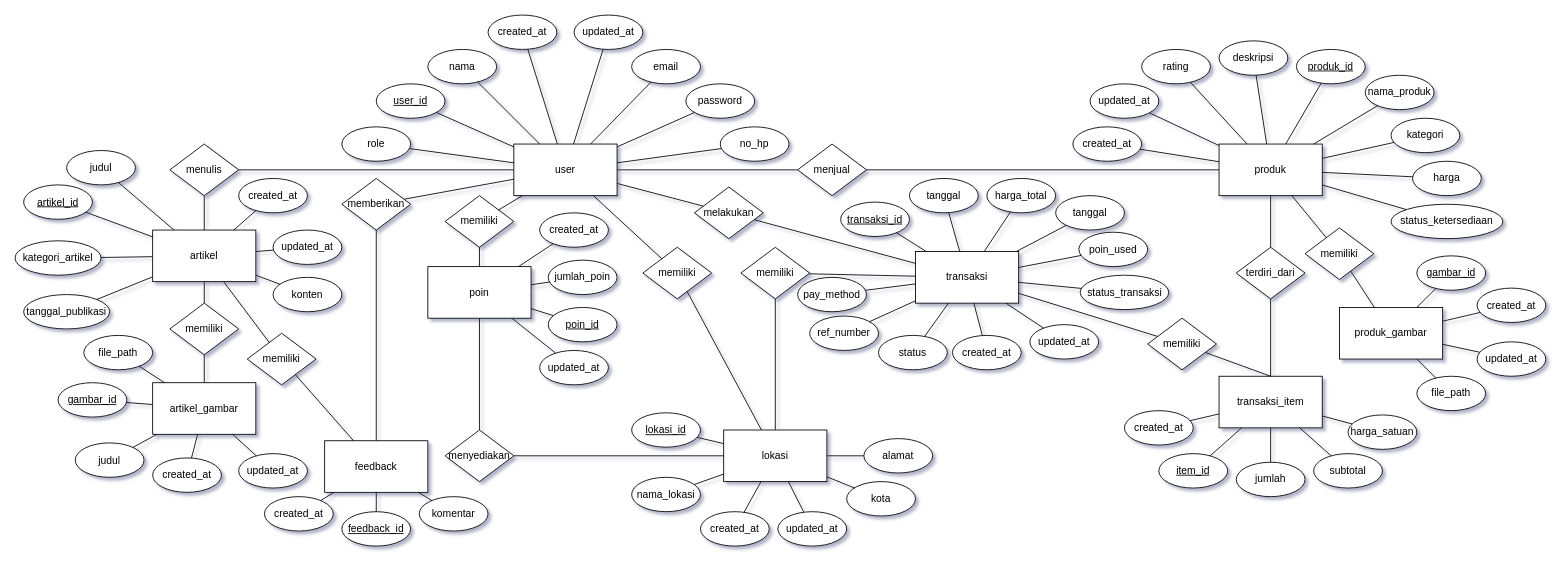
Before: docs/diagram/ERD ecozense.drawio in nossilleen/PBL-211, a draw.io diagram. Source tidied: cells renumbered, new cells numbered last; positions are measured from the earlier drawing's top-left corner, leaving out a move shared by most shapes. Both pictures are drawn from the tidied source at 86%, with x=0, y=0 at pixel (15, 15).
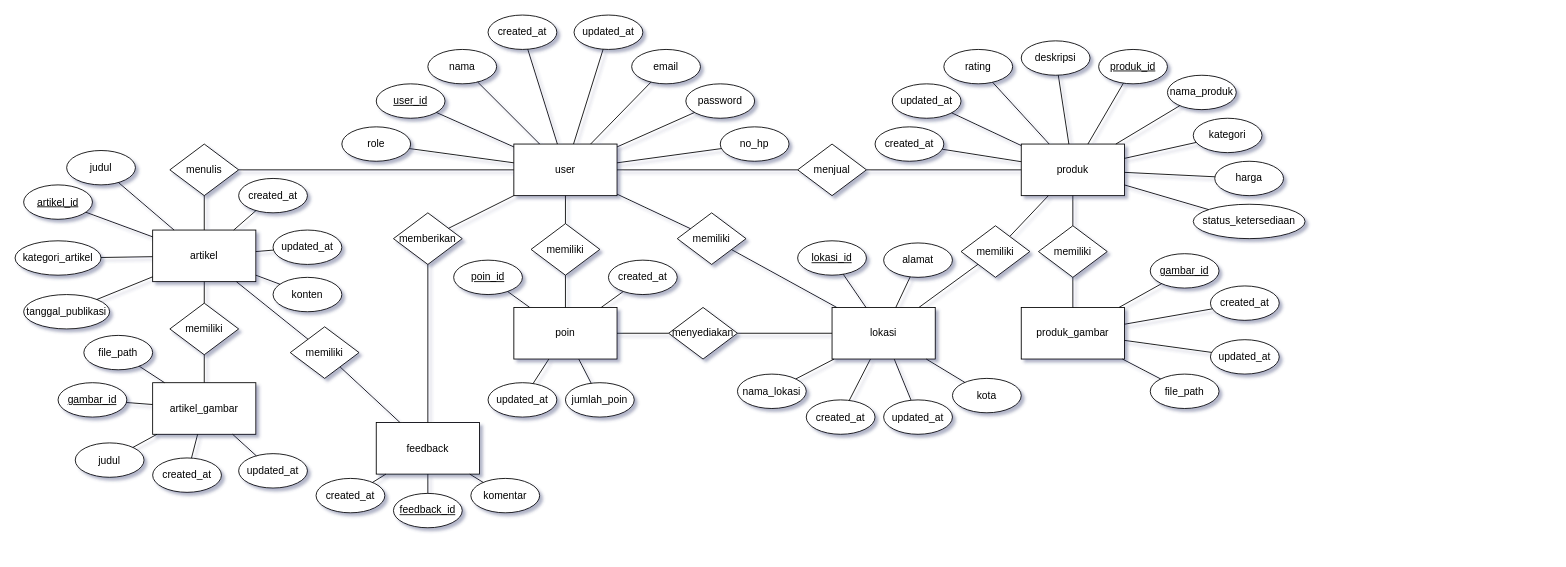
Above is the later version.

Commit message:
erd drawio rework

Unchanged cells that the change refers to:
```xml
<mxCell id="2" value="user" style="rounded=0;whiteSpace=wrap;html=1;" parent="1" vertex="1">
  <mxGeometry x="580" y="150" width="120" height="60" as="geometry" />
</mxCell>
```

What changed in the source:
```diff
@@
+    <mxCell id="176" style="edgeStyle=none;html=1;endArrow=none;endFill=0;" parent="1" edge="1" source="15" target="178">
+      <mxGeometry relative="1" as="geometry" />
+    </mxCell>
     <mxCell id="15" value="lokasi" style="rounded=0;whiteSpace=wrap;html=1;" parent="1" vertex="1">
-      <mxGeometry x="824" y="482.5" width="120" height="60" as="geometry" />
+      <mxGeometry x="950" y="340" width="120" height="60" as="geometry" />
     </mxCell>
     <mxCell id="16" value="lokasi_id" style="ellipse;whiteSpace=wrap;html=1;fontStyle=4;" parent="1" vertex="1">
-      <mxGeometry x="717" y="462.5" width="80" height="40" as="geometry" />
+      <mxGeometry x="910" y="262.5" width="80" height="40" as="geometry" />
     </mxCell>
     <mxCell id="17" value="nama_lokasi" style="ellipse;whiteSpace=wrap;html=1;" parent="1" vertex="1">
-      <mxGeometry x="717" y="537.5" width="80" height="40" as="geometry" />
+      <mxGeometry x="840" y="417.5" width="80" height="40" as="geometry" />
     </mxCell>
     <mxCell id="18" value="alamat" style="ellipse;whiteSpace=wrap;html=1;" parent="1" vertex="1">
-      <mxGeometry x="987" y="492.5" width="80" height="40" as="geometry" />
+      <mxGeometry x="1010" y="265" width="80" height="40" as="geometry" />
     </mxCell>
     <mxCell id="19" value="kota" style="ellipse;whiteSpace=wrap;html=1;" parent="1" vertex="1">
-      <mxGeometry x="967" y="542.5" width="80" height="40" as="geometry" />
+      <mxGeometry x="1090" y="422.5" width="80" height="40" as="geometry" />
     </mxCell>
@@
     <mxCell id="24" value="memiliki" style="rhombus;whiteSpace=wrap;html=1;" parent="1" vertex="1">
-      <mxGeometry x="730" y="270" width="80" height="60" as="geometry" />
+      <mxGeometry x="770" y="230" width="80" height="60" as="geometry" />
     </mxCell>
@@
     <mxCell id="27" value="produk" style="rounded=0;whiteSpace=wrap;html=1;" parent="1" vertex="1">
-      <mxGeometry x="1400" y="150" width="120" height="60" as="geometry" />
+      <mxGeometry x="1170" y="150" width="120" height="60" as="geometry" />
     </mxCell>
     <mxCell id="28" value="produk_id" style="ellipse;whiteSpace=wrap;html=1;fontStyle=4;" parent="1" vertex="1">
-      <mxGeometry x="1490" y="40" width="80" height="40" as="geometry" />
+      <mxGeometry x="1260" y="40" width="80" height="40" as="geometry" />
     </mxCell>
     <mxCell id="29" value="nama_produk" style="ellipse;whiteSpace=wrap;html=1;" parent="1" vertex="1">
-      <mxGeometry x="1570" y="70" width="80" height="40" as="geometry" />
+      <mxGeometry x="1340" y="70" width="80" height="40" as="geometry" />
     </mxCell>
     <mxCell id="30" value="kategori" style="ellipse;whiteSpace=wrap;html=1;" parent="1" vertex="1">
-      <mxGeometry x="1600" y="120" width="80" height="40" as="geometry" />
+      <mxGeometry x="1370" y="120" width="80" height="40" as="geometry" />
     </mxCell>
     <mxCell id="31" value="harga" style="ellipse;whiteSpace=wrap;html=1;" parent="1" vertex="1">
-      <mxGeometry x="1625" y="170" width="80" height="40" as="geometry" />
+      <mxGeometry x="1395" y="170" width="80" height="40" as="geometry" />
     </mxCell>
     <mxCell id="32" value="status_ketersediaan" style="ellipse;whiteSpace=wrap;html=1;" parent="1" vertex="1">
-      <mxGeometry x="1600" y="220" width="130" height="40" as="geometry" />
+      <mxGeometry x="1370" y="220" width="130" height="40" as="geometry" />
     </mxCell>
@@
-    <mxCell id="41" value="transaksi" style="rounded=0;whiteSpace=wrap;html=1;" parent="1" vertex="1">
-      <mxGeometry x="1047" y="275" width="120" height="60" as="geometry" />
-    </mxCell>
-    <mxCell id="42" value="transaksi_id" style="ellipse;whiteSpace=wrap;html=1;fontStyle=4;" parent="1" vertex="1">
-      <mxGeometry x="960" y="217.5" width="80" height="40" as="geometry" />
-    </mxCell>
-    <mxCell id="43" value="tanggal" style="ellipse;whiteSpace=wrap;html=1;" parent="1" vertex="1">
-      <mxGeometry x="1210" y="210" width="80" height="40" as="geometry" />
-    </mxCell>
-    <mxCell id="44" value="poin_used" style="ellipse;whiteSpace=wrap;html=1;" parent="1" vertex="1">
-      <mxGeometry x="1237" y="252.5" width="80" height="40" as="geometry" />
-    </mxCell>
-    <mxCell id="45" value="status_transaksi" style="ellipse;whiteSpace=wrap;html=1;" parent="1" vertex="1">
-      <mxGeometry x="1238.5" y="302.5" width="103" height="40" as="geometry" />
-    </mxCell>
-    <mxCell id="46" style="endArrow=none;html=1;" parent="1" edge="1" source="41" target="42">
-      <mxGeometry relative="1" as="geometry" />
-    </mxCell>
-    <mxCell id="47" style="endArrow=none;html=1;" parent="1" edge="1" source="41" target="43">
-      <mxGeometry relative="1" as="geometry" />
-    </mxCell>
-    <mxCell id="48" style="endArrow=none;html=1;" parent="1" edge="1" source="41" target="44">
-      <mxGeometry relative="1" as="geometry" />
-    </mxCell>
-    <mxCell id="49" style="endArrow=none;html=1;" parent="1" edge="1" source="41" target="45">
-      <mxGeometry relative="1" as="geometry" />
-    </mxCell>
-    <mxCell id="50" value="melakukan" style="rhombus;whiteSpace=wrap;html=1;" parent="1" vertex="1">
-      <mxGeometry x="790" y="200" width="80" height="60" as="geometry" />
-    </mxCell>
-    <mxCell id="51" style="endArrow=none;html=1;" parent="1" edge="1" source="2" target="50">
-      <mxGeometry relative="1" as="geometry" />
-    </mxCell>
-    <mxCell id="52" style="endArrow=none;html=1;" parent="1" edge="1" source="50" target="41">
-      <mxGeometry relative="1" as="geometry" />
-    </mxCell>
-    <mxCell id="53" value="transaksi_item" style="rounded=0;whiteSpace=wrap;html=1;" parent="1" vertex="1">
-      <mxGeometry x="1400" y="420" width="120" height="60" as="geometry" />
-    </mxCell>
-    <mxCell id="54" value="item_id" style="ellipse;whiteSpace=wrap;html=1;fontStyle=4;" parent="1" vertex="1">
-      <mxGeometry x="1330" y="510" width="80" height="40" as="geometry" />
-    </mxCell>
-    <mxCell id="55" value="jumlah" style="ellipse;whiteSpace=wrap;html=1;" parent="1" vertex="1">
-      <mxGeometry x="1420" y="520" width="80" height="40" as="geometry" />
-    </mxCell>
-    <mxCell id="56" value="subtotal" style="ellipse;whiteSpace=wrap;html=1;" parent="1" vertex="1">
-      <mxGeometry x="1510" y="510" width="80" height="40" as="geometry" />
-    </mxCell>
-    <mxCell id="57" style="endArrow=none;html=1;" parent="1" edge="1" source="53" target="54">
-      <mxGeometry relative="1" as="geometry" />
-    </mxCell>
-    <mxCell id="58" style="endArrow=none;html=1;" parent="1" edge="1" source="53" target="55">
-      <mxGeometry relative="1" as="geometry" />
-    </mxCell>
-    <mxCell id="59" style="endArrow=none;html=1;" parent="1" edge="1" source="53" target="56">
-      <mxGeometry relative="1" as="geometry" />
-    </mxCell>
-    <mxCell id="60" style="edgeStyle=none;html=1;entryX=0.5;entryY=0;entryDx=0;entryDy=0;endArrow=none;endFill=0;" parent="1" edge="1" source="61" target="53">
-      <mxGeometry relative="1" as="geometry" />
-    </mxCell>
-    <mxCell id="61" value="memiliki" style="rhombus;whiteSpace=wrap;html=1;" parent="1" vertex="1">
-      <mxGeometry x="1317" y="352.5" width="80" height="60" as="geometry" />
-    </mxCell>
-    <mxCell id="62" style="endArrow=none;html=1;" parent="1" edge="1" source="41" target="61">
-      <mxGeometry relative="1" as="geometry" />
-    </mxCell>
-    <mxCell id="63" style="endArrow=none;html=1;" parent="1" edge="1" target="53">
-      <mxGeometry relative="1" as="geometry">
-        <mxPoint x="1460" y="420" as="sourcePoint" />
-      </mxGeometry>
-    </mxCell>
-    <mxCell id="64" value="terdiri_dari" style="rhombus;whiteSpace=wrap;html=1;" parent="1" vertex="1">
-      <mxGeometry x="1420" y="270" width="80" height="60" as="geometry" />
-    </mxCell>
-    <mxCell id="65" style="endArrow=none;html=1;" parent="1" edge="1" source="27" target="64">
-      <mxGeometry relative="1" as="geometry" />
-    </mxCell>
-    <mxCell id="66" style="endArrow=none;html=1;" parent="1" edge="1" source="64" target="53">
-      <mxGeometry relative="1" as="geometry" />
-    </mxCell>
@@
     <mxCell id="81" value="feedback" style="rounded=0;whiteSpace=wrap;html=1;" parent="1" vertex="1">
-      <mxGeometry x="360" y="495" width="120" height="60" as="geometry" />
+      <mxGeometry x="420" y="473.8" width="120" height="60" as="geometry" />
     </mxCell>
     <mxCell id="82" value="feedback_id" style="ellipse;whiteSpace=wrap;html=1;fontStyle=4;" parent="1" vertex="1">
-      <mxGeometry x="380" y="577.5" width="80" height="40" as="geometry" />
+      <mxGeometry x="440" y="556.2" width="80" height="40" as="geometry" />
     </mxCell>
     <mxCell id="83" value="komentar" style="ellipse;whiteSpace=wrap;html=1;" parent="1" vertex="1">
-      <mxGeometry x="470" y="560" width="80" height="40" as="geometry" />
+      <mxGeometry x="530" y="538.8" width="80" height="40" as="geometry" />
     </mxCell>
     <mxCell id="84" value="created_at" style="ellipse;whiteSpace=wrap;html=1;" parent="1" vertex="1">
-      <mxGeometry x="290" y="560" width="80" height="40" as="geometry" />
+      <mxGeometry x="350" y="538.8" width="80" height="40" as="geometry" />
     </mxCell>
@@
     <mxCell id="88" value="memberikan" style="rhombus;whiteSpace=wrap;html=1;" parent="1" vertex="1">
-      <mxGeometry x="380" y="190" width="80" height="60" as="geometry" />
+      <mxGeometry x="440" y="230" width="80" height="60" as="geometry" />
     </mxCell>
@@
     <mxCell id="91" value="memiliki" style="rhombus;whiteSpace=wrap;html=1;" parent="1" vertex="1">
-      <mxGeometry x="270" y="370" width="80" height="60" as="geometry" />
+      <mxGeometry x="320" y="362.5" width="80" height="60" as="geometry" />
     </mxCell>
@@
     <mxCell id="94" value="poin" style="rounded=0;whiteSpace=wrap;html=1;" parent="1" vertex="1">
-      <mxGeometry x="480" y="292.5" width="120" height="60" as="geometry" />
+      <mxGeometry x="580" y="340" width="120" height="60" as="geometry" />
     </mxCell>
     <mxCell id="95" value="poin_id" style="ellipse;whiteSpace=wrap;html=1;fontStyle=4;" parent="1" vertex="1">
-      <mxGeometry x="620" y="340" width="80" height="40" as="geometry" />
+      <mxGeometry x="510" y="285" width="80" height="40" as="geometry" />
     </mxCell>
     <mxCell id="96" value="jumlah_poin" style="ellipse;whiteSpace=wrap;html=1;" parent="1" vertex="1">
-      <mxGeometry x="620" y="285" width="80" height="40" as="geometry" />
+      <mxGeometry x="640" y="427.5" width="80" height="40" as="geometry" />
     </mxCell>
@@
     <mxCell id="99" value="memiliki" style="rhombus;whiteSpace=wrap;html=1;" parent="1" vertex="1">
-      <mxGeometry x="500" y="210" width="80" height="60" as="geometry" />
+      <mxGeometry x="600" y="242.5" width="80" height="60" as="geometry" />
     </mxCell>
@@
     <mxCell id="102" value="menyediakan" style="rhombus;whiteSpace=wrap;html=1;" parent="1" vertex="1">
-      <mxGeometry x="500" y="482.5" width="80" height="60" as="geometry" />
+      <mxGeometry x="760" y="340" width="80" height="60" as="geometry" />
     </mxCell>
@@
     <mxCell id="115" value="produk_gambar" style="rounded=0;whiteSpace=wrap;html=1;" parent="1" vertex="1">
-      <mxGeometry x="1540" y="340" width="120" height="60" as="geometry" />
+      <mxGeometry x="1170" y="340" width="120" height="60" as="geometry" />
     </mxCell>
     <mxCell id="116" value="gambar_id" style="ellipse;whiteSpace=wrap;html=1;fontStyle=4;" parent="1" vertex="1">
-      <mxGeometry x="1630" y="280" width="80" height="40" as="geometry" />
+      <mxGeometry x="1320" y="277.5" width="80" height="40" as="geometry" />
     </mxCell>
     <mxCell id="117" value="file_path" style="ellipse;whiteSpace=wrap;html=1;" parent="1" vertex="1">
-      <mxGeometry x="1630" y="420" width="80" height="40" as="geometry" />
+      <mxGeometry x="1320" y="417.5" width="80" height="40" as="geometry" />
     </mxCell>
@@
     <mxCell id="120" value="memiliki" style="rhombus;whiteSpace=wrap;html=1;" parent="1" vertex="1">
-      <mxGeometry x="1500" y="247.5" width="80" height="60" as="geometry" />
+      <mxGeometry x="1190" y="245" width="80" height="60" as="geometry" />
     </mxCell>
@@
     <mxCell id="131" value="created_at" style="ellipse;whiteSpace=wrap;html=1;" parent="1" vertex="1">
-      <mxGeometry x="797" y="577.5" width="80" height="40" as="geometry" />
+      <mxGeometry x="920" y="447.5" width="80" height="40" as="geometry" />
     </mxCell>
@@
     <mxCell id="133" value="updated_at" style="ellipse;whiteSpace=wrap;html=1;" parent="1" vertex="1">
-      <mxGeometry x="887" y="577.5" width="80" height="40" as="geometry" />
+      <mxGeometry x="1010" y="447.5" width="80" height="40" as="geometry" />
     </mxCell>
@@
     <mxCell id="139" value="created_at" style="ellipse;whiteSpace=wrap;html=1;" parent="1" vertex="1">
-      <mxGeometry x="1230" y="130" width="80" height="40" as="geometry" />
+      <mxGeometry x="1000" y="130" width="80" height="40" as="geometry" />
     </mxCell>
@@
     <mxCell id="141" value="updated_at" style="ellipse;whiteSpace=wrap;html=1;" parent="1" vertex="1">
-      <mxGeometry x="1250" y="80" width="80" height="40" as="geometry" />
+      <mxGeometry x="1020" y="80" width="80" height="40" as="geometry" />
     </mxCell>
@@
     <mxCell id="143" value="rating" style="ellipse;whiteSpace=wrap;html=1;" parent="1" vertex="1">
-      <mxGeometry x="1310" y="40" width="80" height="40" as="geometry" />
+      <mxGeometry x="1080" y="40" width="80" height="40" as="geometry" />
     </mxCell>
@@
     <mxCell id="145" value="deskripsi" style="ellipse;whiteSpace=wrap;html=1;" parent="1" vertex="1">
-      <mxGeometry x="1400" y="30" width="80" height="40" as="geometry" />
+      <mxGeometry x="1170" y="30" width="80" height="40" as="geometry" />
     </mxCell>
@@
     <mxCell id="147" value="created_at" style="ellipse;whiteSpace=wrap;html=1;" parent="1" vertex="1">
-      <mxGeometry x="1700" y="317.5" width="80" height="40" as="geometry" />
+      <mxGeometry x="1390" y="315" width="80" height="40" as="geometry" />
     </mxCell>
@@
     <mxCell id="149" value="updated_at" style="ellipse;whiteSpace=wrap;html=1;" parent="1" vertex="1">
-      <mxGeometry x="1700" y="380" width="80" height="40" as="geometry" />
+      <mxGeometry x="1390" y="377.5" width="80" height="40" as="geometry" />
     </mxCell>
@@
-    <mxCell id="151" style="edgeStyle=none;html=1;endArrow=none;endFill=0;" parent="1" edge="1" source="153" target="41">
-      <mxGeometry relative="1" as="geometry" />
-    </mxCell>
-    <mxCell id="152" style="edgeStyle=none;html=1;endArrow=none;endFill=0;" parent="1" edge="1" source="153" target="15">
-      <mxGeometry relative="1" as="geometry" />
-    </mxCell>
-    <mxCell id="153" value="memiliki" style="rhombus;whiteSpace=wrap;html=1;" parent="1" vertex="1">
-      <mxGeometry x="844" y="270" width="80" height="60" as="geometry" />
-    </mxCell>
-    <mxCell id="154" value="harga_total" style="ellipse;whiteSpace=wrap;html=1;" parent="1" vertex="1">
-      <mxGeometry x="1130" y="190" width="80" height="40" as="geometry" />
-    </mxCell>
-    <mxCell id="155" style="endArrow=none;html=1;" parent="1" edge="1" source="41" target="154">
-      <mxGeometry relative="1" as="geometry" />
-    </mxCell>
-    <mxCell id="156" value="tanggal" style="ellipse;whiteSpace=wrap;html=1;" parent="1" vertex="1">
-      <mxGeometry x="1040" y="190" width="80" height="40" as="geometry" />
-    </mxCell>
-    <mxCell id="157" style="endArrow=none;html=1;" parent="1" edge="1" source="41" target="156">
-      <mxGeometry relative="1" as="geometry" />
-    </mxCell>
-    <mxCell id="158" value="status" style="ellipse;whiteSpace=wrap;html=1;" parent="1" vertex="1">
-      <mxGeometry x="1004" y="372.5" width="80" height="40" as="geometry" />
-    </mxCell>
-    <mxCell id="159" style="endArrow=none;html=1;" parent="1" edge="1" source="41" target="158">
-      <mxGeometry relative="1" as="geometry" />
-    </mxCell>
-    <mxCell id="160" value="pay_method" style="ellipse;whiteSpace=wrap;html=1;" parent="1" vertex="1">
-      <mxGeometry x="910" y="305" width="80" height="40" as="geometry" />
-    </mxCell>
-    <mxCell id="161" style="endArrow=none;html=1;" parent="1" edge="1" source="41" target="160">
-      <mxGeometry relative="1" as="geometry" />
-    </mxCell>
-    <mxCell id="162" value="ref_number" style="ellipse;whiteSpace=wrap;html=1;" parent="1" vertex="1">
-      <mxGeometry x="924" y="350" width="80" height="40" as="geometry" />
-    </mxCell>
-    <mxCell id="163" style="endArrow=none;html=1;" parent="1" edge="1" source="41" target="162">
-      <mxGeometry relative="1" as="geometry" />
-    </mxCell>
-    <mxCell id="164" value="created_at" style="ellipse;whiteSpace=wrap;html=1;" parent="1" vertex="1">
-      <mxGeometry x="1090" y="372.5" width="80" height="40" as="geometry" />
-    </mxCell>
-    <mxCell id="165" style="endArrow=none;html=1;" parent="1" edge="1" source="41" target="164">
-      <mxGeometry relative="1" as="geometry" />
-    </mxCell>
-    <mxCell id="166" value="updated_at" style="ellipse;whiteSpace=wrap;html=1;" parent="1" vertex="1">
-      <mxGeometry x="1180" y="360" width="80" height="40" as="geometry" />
-    </mxCell>
-    <mxCell id="167" style="endArrow=none;html=1;" parent="1" edge="1" source="41" target="166">
-      <mxGeometry relative="1" as="geometry" />
-    </mxCell>
-    <mxCell id="168" value="created_at" style="ellipse;whiteSpace=wrap;html=1;" parent="1" vertex="1">
-      <mxGeometry x="1290" y="460" width="80" height="40" as="geometry" />
-    </mxCell>
-    <mxCell id="169" style="endArrow=none;html=1;" parent="1" edge="1" source="53" target="168">
-      <mxGeometry relative="1" as="geometry" />
-    </mxCell>
-    <mxCell id="170" value="harga_satuan" style="ellipse;whiteSpace=wrap;html=1;" parent="1" vertex="1">
-      <mxGeometry x="1550" y="465" width="80" height="40" as="geometry" />
-    </mxCell>
-    <mxCell id="171" style="endArrow=none;html=1;" parent="1" edge="1" source="53" target="170">
-      <mxGeometry relative="1" as="geometry" />
-    </mxCell>
     <mxCell id="172" value="created_at" style="ellipse;whiteSpace=wrap;html=1;" parent="1" vertex="1">
-      <mxGeometry x="610" y="230" width="80" height="40" as="geometry" />
+      <mxGeometry x="690" y="285" width="80" height="40" as="geometry" />
     </mxCell>
@@
     <mxCell id="174" value="updated_at" style="ellipse;whiteSpace=wrap;html=1;" parent="1" vertex="1">
-      <mxGeometry x="610" y="390" width="80" height="40" as="geometry" />
+      <mxGeometry x="550" y="427.5" width="80" height="40" as="geometry" />
     </mxCell>
@@
+    <mxCell id="177" style="edgeStyle=none;html=1;endArrow=none;endFill=0;" parent="1" edge="1" source="178" target="27">
+      <mxGeometry relative="1" as="geometry" />
+    </mxCell>
+    <mxCell id="178" value="memiliki" style="rhombus;whiteSpace=wrap;html=1;" parent="1" vertex="1">
+      <mxGeometry x="1100" y="245" width="80" height="60" as="geometry" />
+    </mxCell>
```
